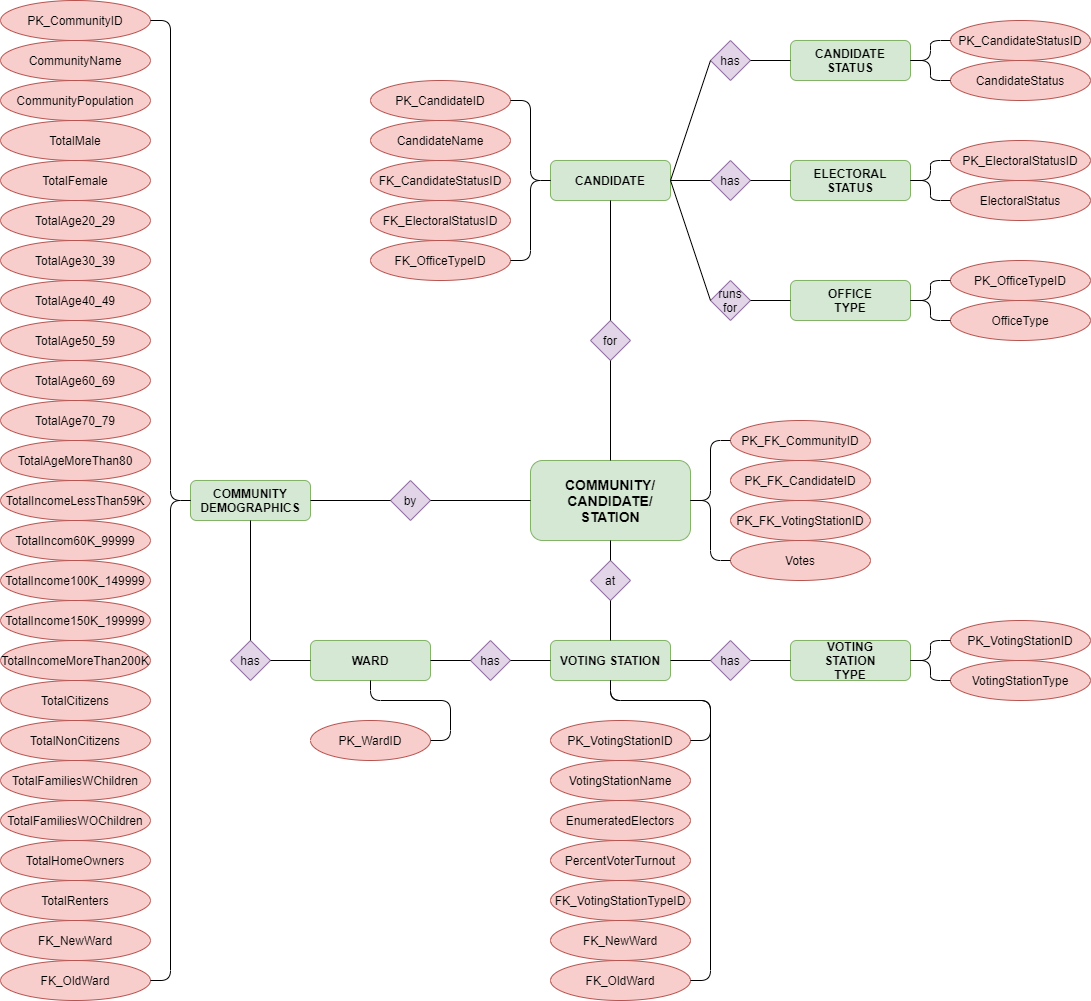
This is ERD.png from aCrockofSchmidt/BVC_IndProject_Municipal_Election_Analyzer, a draw.io export, as it was before one commit. Source tidied: cells renumbered, new cells last; positions are measured from the earlier drawing's top-left corner, leaving out a move shared by most shapes.
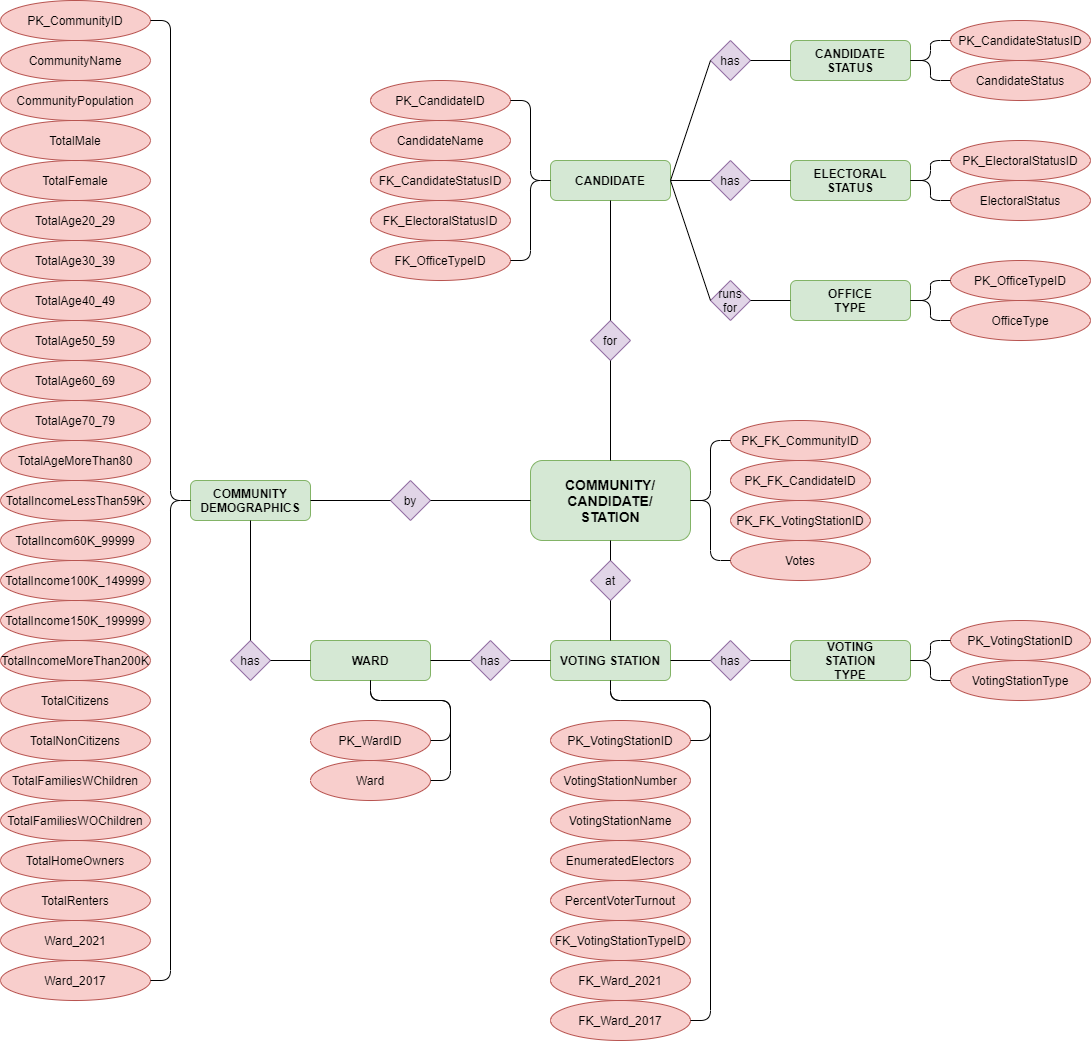
Later version of the same file.

What changed in the source:
```diff
@@ -146,29 +146,32 @@
     <mxCell id="49" value="PK_FK_VotingStationID" style="ellipse;whiteSpace=wrap;html=1;fillColor=#f8cecc;strokeColor=#b85450;" parent="1" vertex="1">
       <mxGeometry x="730" y="500" width="140" height="40" as="geometry" />
     </mxCell>
+    <mxCell id="105" value="Ward" style="ellipse;whiteSpace=wrap;html=1;fillColor=#f8cecc;strokeColor=#b85450;" parent="1" vertex="1">
+      <mxGeometry x="310" y="760" width="120" height="40" as="geometry" />
+    </mxCell>
     <mxCell id="50" value="PK_WardID" style="ellipse;whiteSpace=wrap;html=1;fillColor=#f8cecc;strokeColor=#b85450;" parent="1" vertex="1">
       <mxGeometry x="310" y="720" width="120" height="40" as="geometry" />
     </mxCell>
     <mxCell id="51" value="EnumeratedElectors" style="ellipse;whiteSpace=wrap;html=1;fillColor=#f8cecc;strokeColor=#b85450;" parent="1" vertex="1">
-      <mxGeometry x="550" y="800" width="140" height="40" as="geometry" />
+      <mxGeometry x="550" y="840" width="140" height="40" as="geometry" />
     </mxCell>
     <mxCell id="52" value="PercentVoterTurnout" style="ellipse;whiteSpace=wrap;html=1;fillColor=#f8cecc;strokeColor=#b85450;" parent="1" vertex="1">
-      <mxGeometry x="550" y="840" width="140" height="40" as="geometry" />
+      <mxGeometry x="550" y="880" width="140" height="40" as="geometry" />
     </mxCell>
     <mxCell id="53" value="PK_VotingStationID" style="ellipse;whiteSpace=wrap;html=1;fillColor=#f8cecc;strokeColor=#b85450;" parent="1" vertex="1">
       <mxGeometry x="550" y="720" width="140" height="40" as="geometry" />
     </mxCell>
     <mxCell id="54" value="FK_VotingStationTypeID" style="ellipse;whiteSpace=wrap;html=1;fillColor=#f8cecc;strokeColor=#b85450;" parent="1" vertex="1">
-      <mxGeometry x="550" y="880" width="140" height="40" as="geometry" />
+      <mxGeometry x="550" y="920" width="140" height="40" as="geometry" />
     </mxCell>
-    <mxCell id="55" value="FK_NewWard" style="ellipse;whiteSpace=wrap;html=1;fillColor=#f8cecc;strokeColor=#b85450;" parent="1" vertex="1">
-      <mxGeometry x="550" y="920" width="140" height="40" as="geometry" />
+    <mxCell id="55" value="FK_Ward_2021" style="ellipse;whiteSpace=wrap;html=1;fillColor=#f8cecc;strokeColor=#b85450;" parent="1" vertex="1">
+      <mxGeometry x="550" y="960" width="140" height="40" as="geometry" />
     </mxCell>
-    <mxCell id="56" value="FK_OldWard" style="ellipse;whiteSpace=wrap;html=1;fillColor=#f8cecc;strokeColor=#b85450;" parent="1" vertex="1">
-      <mxGeometry x="550" y="960" width="140" height="40" as="geometry" />
+    <mxCell id="56" value="FK_Ward_2017" style="ellipse;whiteSpace=wrap;html=1;fillColor=#f8cecc;strokeColor=#b85450;" parent="1" vertex="1">
+      <mxGeometry x="550" y="1000" width="140" height="40" as="geometry" />
     </mxCell>
     <mxCell id="57" value="VotingStationName" style="ellipse;whiteSpace=wrap;html=1;fillColor=#f8cecc;strokeColor=#b85450;" parent="1" vertex="1">
-      <mxGeometry x="550" y="760" width="140" height="40" as="geometry" />
+      <mxGeometry x="550" y="800" width="140" height="40" as="geometry" />
     </mxCell>
     <mxCell id="58" value="FK_CandidateStatusID" style="ellipse;whiteSpace=wrap;html=1;fillColor=#f8cecc;strokeColor=#b85450;" parent="1" vertex="1">
       <mxGeometry x="370" y="160" width="140" height="40" as="geometry" />
@@ -205,10 +208,10 @@
     <mxCell id="67" value="TotalRenters" style="ellipse;whiteSpace=wrap;html=1;fillColor=#f8cecc;strokeColor=#b85450;" parent="1" vertex="1">
       <mxGeometry y="880" width="150" height="40" as="geometry" />
     </mxCell>
-    <mxCell id="68" value="FK_NewWard" style="ellipse;whiteSpace=wrap;html=1;fillColor=#f8cecc;strokeColor=#b85450;" parent="1" vertex="1">
+    <mxCell id="68" value="Ward_2021" style="ellipse;whiteSpace=wrap;html=1;fillColor=#f8cecc;strokeColor=#b85450;" parent="1" vertex="1">
       <mxGeometry y="920" width="150" height="40" as="geometry" />
     </mxCell>
-    <mxCell id="69" value="FK_OldWard" style="ellipse;whiteSpace=wrap;html=1;fillColor=#f8cecc;strokeColor=#b85450;" parent="1" vertex="1">
+    <mxCell id="69" value="Ward_2017" style="ellipse;whiteSpace=wrap;html=1;fillColor=#f8cecc;strokeColor=#b85450;" parent="1" vertex="1">
       <mxGeometry y="960" width="150" height="40" as="geometry" />
     </mxCell>
     <mxCell id="70" style="endArrow=none;html=1;entryX=0;entryY=0.5;entryDx=0;entryDy=0;exitX=1;exitY=0.5;exitDx=0;exitDy=0;" parent="1" edge="1" source="24" target="26">
@@ -234,6 +237,16 @@
     <mxCell id="73" style="endArrow=none;html=1;entryX=1;entryY=0.5;entryDx=0;entryDy=0;exitX=0;exitY=0.5;exitDx=0;exitDy=0;" parent="1" edge="1" source="44" target="41">
       <mxGeometry relative="1" as="geometry" />
     </mxCell>
+    <mxCell id="106" style="endArrow=none;html=1;exitX=1;exitY=0.5;exitDx=0;exitDy=0;entryX=0.5;entryY=1;entryDx=0;entryDy=0;" parent="1" edge="1" target="44">
+      <mxGeometry relative="1" as="geometry">
+        <mxPoint x="430" y="780" as="sourcePoint" />
+        <Array as="points">
+          <mxPoint x="450" y="780" />
+          <mxPoint x="450" y="700" />
+          <mxPoint x="370" y="700" />
+        </Array>
+      </mxGeometry>
+    </mxCell>
     <mxCell id="74" style="endArrow=none;html=1;entryX=0;entryY=0.5;entryDx=0;entryDy=0;" parent="1" edge="1" source="42" target="45">
       <mxGeometry relative="1" as="geometry" />
     </mxCell>
@@ -249,13 +262,12 @@
         </Array>
       </mxGeometry>
     </mxCell>
-    <mxCell id="77" style="endArrow=none;html=1;entryX=1;entryY=0.5;entryDx=0;entryDy=0;exitX=0.5;exitY=1;exitDx=0;exitDy=0;" parent="1" edge="1" source="45">
+    <mxCell id="77" style="endArrow=none;html=1;entryX=1;entryY=0.5;entryDx=0;entryDy=0;exitX=0.5;exitY=1;exitDx=0;exitDy=0;" parent="1" edge="1" source="45" target="56">
       <mxGeometry relative="1" as="geometry">
-        <mxPoint x="690" y="980" as="targetPoint" />
         <Array as="points">
           <mxPoint x="610" y="700" />
           <mxPoint x="710" y="700" />
-          <mxPoint x="710" y="980" />
+          <mxPoint x="710" y="1020" />
         </Array>
       </mxGeometry>
     </mxCell>
@@ -414,5 +426,8 @@
         </Array>
       </mxGeometry>
     </mxCell>
+    <mxCell id="107" value="VotingStationNumber" style="ellipse;whiteSpace=wrap;html=1;fillColor=#f8cecc;strokeColor=#b85450;" parent="1" vertex="1">
+      <mxGeometry x="550" y="760" width="140" height="40" as="geometry" />
+    </mxCell>
   </root>
 </mxGraphModel>
```
